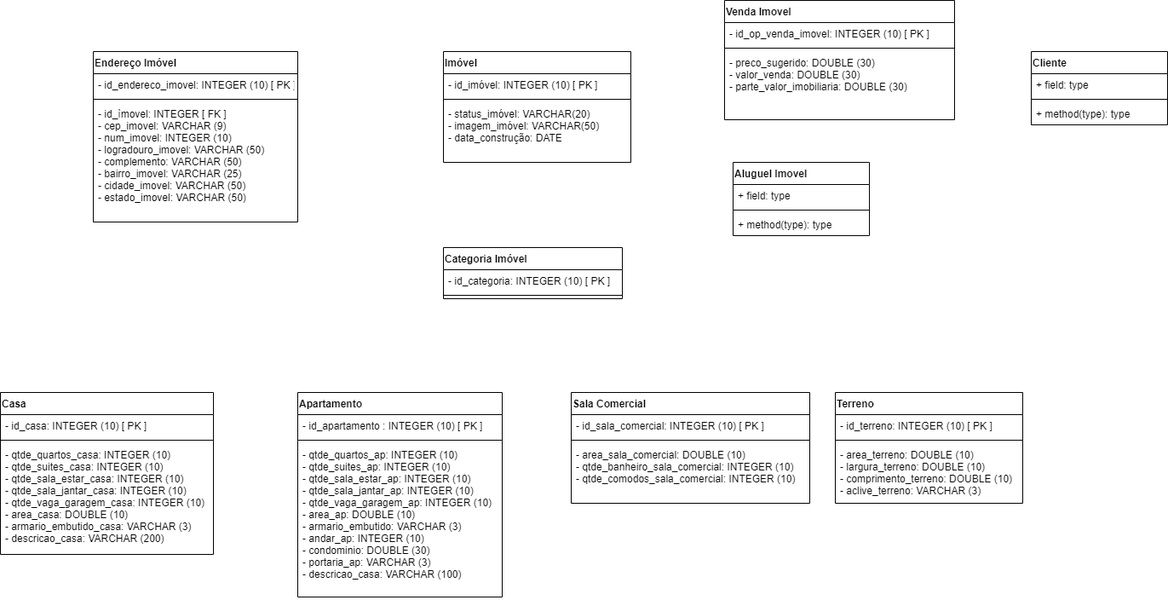
Earlier version of the draw.io export Imobiliaria.png (GMGuimaraes/Gestao_Imobiliaria). Source tidied: cells renumbered, new cells last; positions are measured from the earlier drawing's top-left corner, leaving out a move shared by most shapes.
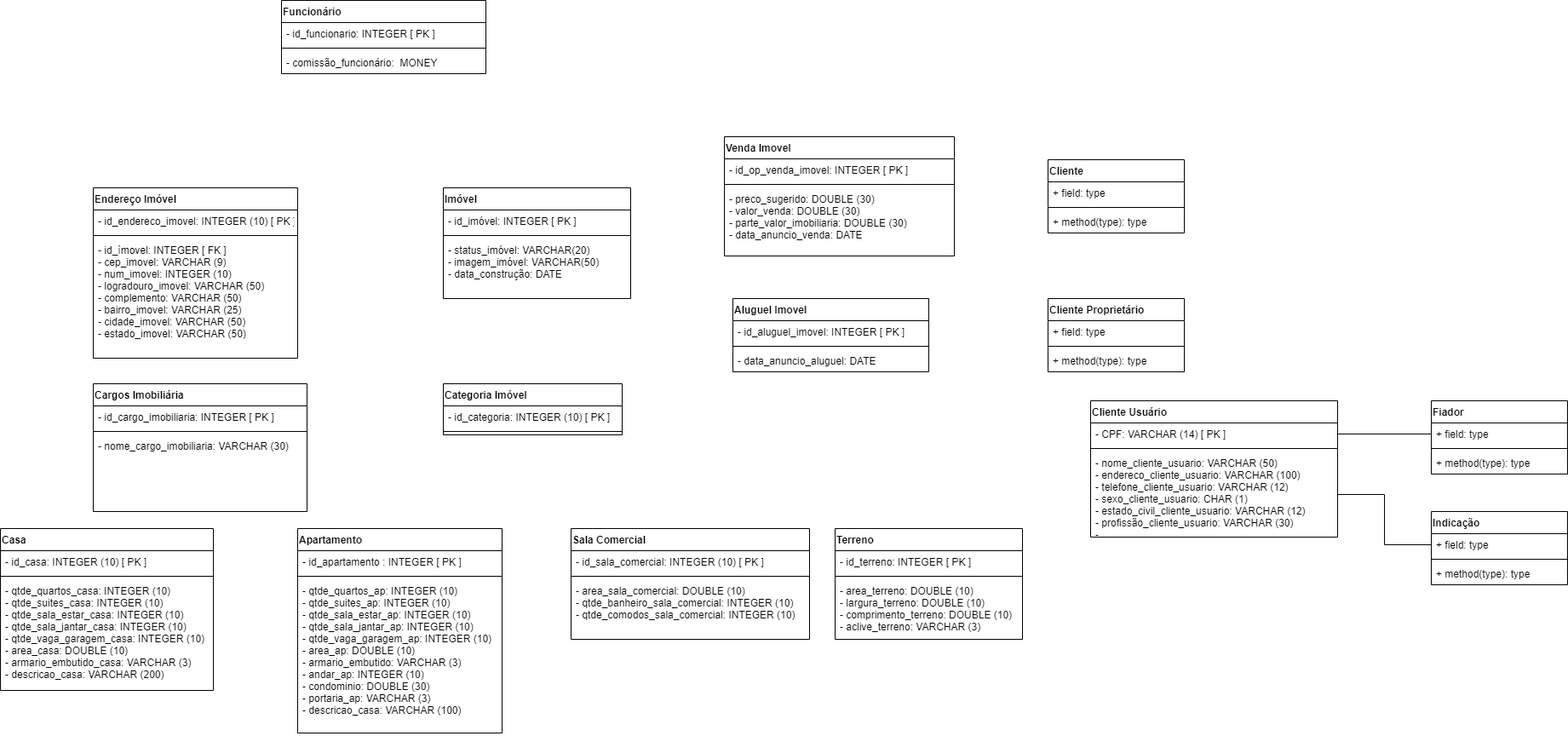
Later version of the same file.

Change to the diagram source:
```diff
@@ -5,7 +5,7 @@
     <mxCell id="2" value="Imóvel" style="swimlane;fontStyle=1;align=left;verticalAlign=top;horizontal=1;startSize=26;" parent="1" vertex="1">
       <mxGeometry x="520" y="60" width="220" height="130" as="geometry" />
     </mxCell>
-    <mxCell id="3" value="- id_imóvel: INTEGER (10) [ PK ]" style="text;strokeColor=none;fillColor=none;align=left;verticalAlign=top;spacingLeft=4;spacingRight=4;overflow=hidden;" parent="2" vertex="1">
+    <mxCell id="3" value="- id_imóvel: INTEGER [ PK ]" style="text;strokeColor=none;fillColor=none;align=left;verticalAlign=top;spacingLeft=4;spacingRight=4;overflow=hidden;" parent="2" vertex="1">
       <mxGeometry y="26" width="220" height="26" as="geometry" />
     </mxCell>
     <mxCell id="4" style="line;strokeWidth=1;fillColor=none;align=left;verticalAlign=middle;spacingTop=-1;spacingLeft=3;spacingRight=3;labelPosition=right;" parent="2" vertex="1">
@@ -38,7 +38,7 @@
     <mxCell id="13" value="Apartamento" style="swimlane;fontStyle=1;align=left;verticalAlign=top;horizontal=1;startSize=26;" parent="1" vertex="1">
       <mxGeometry x="349" y="460" width="240" height="240" as="geometry" />
     </mxCell>
-    <mxCell id="14" value="- id_apartamento : INTEGER (10) [ PK ]" style="text;strokeColor=none;fillColor=none;align=left;verticalAlign=top;spacingLeft=4;spacingRight=4;overflow=hidden;" parent="13" vertex="1">
+    <mxCell id="14" value="- id_apartamento : INTEGER [ PK ]" style="text;strokeColor=none;fillColor=none;align=left;verticalAlign=top;spacingLeft=4;spacingRight=4;overflow=hidden;" parent="13" vertex="1">
       <mxGeometry y="26" width="240" height="26" as="geometry" />
     </mxCell>
     <mxCell id="15" style="line;strokeWidth=1;fillColor=none;align=left;verticalAlign=middle;spacingTop=-1;spacingLeft=3;spacingRight=3;labelPosition=right;" parent="13" vertex="1">
@@ -62,7 +62,7 @@
     <mxCell id="21" value="Terreno" style="swimlane;fontStyle=1;align=left;verticalAlign=top;horizontal=1;startSize=26;" parent="1" vertex="1">
       <mxGeometry x="980" y="460" width="220" height="130" as="geometry" />
     </mxCell>
-    <mxCell id="22" value="- id_terreno: INTEGER (10) [ PK ]" style="text;strokeColor=none;fillColor=none;align=left;verticalAlign=top;spacingLeft=4;spacingRight=4;overflow=hidden;" parent="21" vertex="1">
+    <mxCell id="22" value="- id_terreno: INTEGER [ PK ]" style="text;strokeColor=none;fillColor=none;align=left;verticalAlign=top;spacingLeft=4;spacingRight=4;overflow=hidden;" parent="21" vertex="1">
       <mxGeometry y="26" width="220" height="26" as="geometry" />
     </mxCell>
     <mxCell id="23" style="line;strokeWidth=1;fillColor=none;align=left;verticalAlign=middle;spacingTop=-1;spacingLeft=3;spacingRight=3;labelPosition=right;" parent="21" vertex="1">
@@ -86,29 +86,29 @@
     <mxCell id="29" value="Venda Imovel" style="swimlane;fontStyle=1;align=left;verticalAlign=top;horizontal=1;startSize=26;" parent="1" vertex="1">
       <mxGeometry x="850" width="270" height="140" as="geometry" />
     </mxCell>
-    <mxCell id="30" value="- id_op_venda_imovel: INTEGER (10) [ PK ]" style="text;strokeColor=none;fillColor=none;align=left;verticalAlign=top;spacingLeft=4;spacingRight=4;overflow=hidden;" parent="29" vertex="1">
+    <mxCell id="30" value="- id_op_venda_imovel: INTEGER [ PK ]" style="text;strokeColor=none;fillColor=none;align=left;verticalAlign=top;spacingLeft=4;spacingRight=4;overflow=hidden;" parent="29" vertex="1">
       <mxGeometry y="26" width="270" height="26" as="geometry" />
     </mxCell>
     <mxCell id="31" style="line;strokeWidth=1;fillColor=none;align=left;verticalAlign=middle;spacingTop=-1;spacingLeft=3;spacingRight=3;labelPosition=right;" parent="29" vertex="1">
       <mxGeometry y="52" width="270" height="8" as="geometry" />
     </mxCell>
-    <mxCell id="32" value="- preco_sugerido: DOUBLE (30)&#10;- valor_venda: DOUBLE (30)&#10;- parte_valor_imobiliaria: DOUBLE (30)" style="text;strokeColor=none;fillColor=none;align=left;verticalAlign=top;spacingLeft=4;spacingRight=4;overflow=hidden;" parent="29" vertex="1">
+    <mxCell id="32" value="- preco_sugerido: DOUBLE (30)&#10;- valor_venda: DOUBLE (30)&#10;- parte_valor_imobiliaria: DOUBLE (30)&#10;- data_anuncio_venda: DATE" style="text;strokeColor=none;fillColor=none;align=left;verticalAlign=top;spacingLeft=4;spacingRight=4;overflow=hidden;" parent="29" vertex="1">
       <mxGeometry y="60" width="270" height="80" as="geometry" />
     </mxCell>
     <mxCell id="33" value="Aluguel Imovel" style="swimlane;fontStyle=1;align=left;verticalAlign=top;horizontal=1;startSize=26;" parent="1" vertex="1">
-      <mxGeometry x="860" y="190" width="160" height="86" as="geometry" />
+      <mxGeometry x="860" y="190" width="230" height="86" as="geometry" />
     </mxCell>
-    <mxCell id="34" value="+ field: type" style="text;strokeColor=none;fillColor=none;align=left;verticalAlign=top;spacingLeft=4;spacingRight=4;overflow=hidden;" parent="33" vertex="1">
-      <mxGeometry y="26" width="160" height="26" as="geometry" />
+    <mxCell id="34" value="- id_aluguel_imovel: INTEGER [ PK ]" style="text;strokeColor=none;fillColor=none;align=left;verticalAlign=top;spacingLeft=4;spacingRight=4;overflow=hidden;" parent="33" vertex="1">
+      <mxGeometry y="26" width="230" height="26" as="geometry" />
     </mxCell>
     <mxCell id="35" style="line;strokeWidth=1;fillColor=none;align=left;verticalAlign=middle;spacingTop=-1;spacingLeft=3;spacingRight=3;labelPosition=right;" parent="33" vertex="1">
-      <mxGeometry y="52" width="160" height="8" as="geometry" />
+      <mxGeometry y="52" width="230" height="8" as="geometry" />
     </mxCell>
-    <mxCell id="36" value="+ method(type): type" style="text;strokeColor=none;fillColor=none;align=left;verticalAlign=top;spacingLeft=4;spacingRight=4;overflow=hidden;" parent="33" vertex="1">
-      <mxGeometry y="60" width="160" height="26" as="geometry" />
+    <mxCell id="36" value="- data_anuncio_aluguel: DATE" style="text;strokeColor=none;fillColor=none;align=left;verticalAlign=top;spacingLeft=4;spacingRight=4;overflow=hidden;" parent="33" vertex="1">
+      <mxGeometry y="60" width="230" height="26" as="geometry" />
     </mxCell>
     <mxCell id="37" value="Cliente" style="swimlane;fontStyle=1;align=left;verticalAlign=top;horizontal=1;startSize=26;" parent="1" vertex="1">
-      <mxGeometry x="1210" y="60" width="160" height="86" as="geometry" />
+      <mxGeometry x="1230" y="27" width="160" height="86" as="geometry" />
     </mxCell>
     <mxCell id="38" value="+ field: type" style="text;strokeColor=none;fillColor=none;align=left;verticalAlign=top;spacingLeft=4;spacingRight=4;overflow=hidden;" parent="37" vertex="1">
       <mxGeometry y="26" width="160" height="26" as="geometry" />
@@ -119,5 +119,83 @@
     <mxCell id="40" value="+ method(type): type" style="text;strokeColor=none;fillColor=none;align=left;verticalAlign=top;spacingLeft=4;spacingRight=4;overflow=hidden;" parent="37" vertex="1">
       <mxGeometry y="60" width="160" height="26" as="geometry" />
     </mxCell>
+    <mxCell id="41" value="Cliente Proprietário" style="swimlane;fontStyle=1;align=left;verticalAlign=top;horizontal=1;startSize=26;" parent="1" vertex="1">
+      <mxGeometry x="1230" y="190" width="160" height="86" as="geometry" />
+    </mxCell>
+    <mxCell id="42" value="+ field: type" style="text;strokeColor=none;fillColor=none;align=left;verticalAlign=top;spacingLeft=4;spacingRight=4;overflow=hidden;" parent="41" vertex="1">
+      <mxGeometry y="26" width="160" height="26" as="geometry" />
+    </mxCell>
+    <mxCell id="43" style="line;strokeWidth=1;fillColor=none;align=left;verticalAlign=middle;spacingTop=-1;spacingLeft=3;spacingRight=3;labelPosition=right;" parent="41" vertex="1">
+      <mxGeometry y="52" width="160" height="8" as="geometry" />
+    </mxCell>
+    <mxCell id="44" value="+ method(type): type" style="text;strokeColor=none;fillColor=none;align=left;verticalAlign=top;spacingLeft=4;spacingRight=4;overflow=hidden;" parent="41" vertex="1">
+      <mxGeometry y="60" width="160" height="26" as="geometry" />
+    </mxCell>
+    <mxCell id="45" value="Cliente Usuário" style="swimlane;fontStyle=1;align=left;verticalAlign=top;horizontal=1;startSize=26;" parent="1" vertex="1">
+      <mxGeometry x="1280" y="310" width="290" height="160" as="geometry" />
+    </mxCell>
+    <mxCell id="46" value="- CPF: VARCHAR (14) [ PK ]" style="text;strokeColor=none;fillColor=none;align=left;verticalAlign=top;spacingLeft=4;spacingRight=4;overflow=hidden;points=[[0,0.5],[1,0.5]];portConstraint=eastwest;" parent="45" vertex="1">
+      <mxGeometry y="26" width="290" height="26" as="geometry" />
+    </mxCell>
+    <mxCell id="47" style="line;strokeWidth=1;fillColor=none;align=left;verticalAlign=middle;spacingTop=-1;spacingLeft=3;spacingRight=3;labelPosition=right;" parent="45" vertex="1">
+      <mxGeometry y="52" width="290" height="8" as="geometry" />
+    </mxCell>
+    <mxCell id="48" value="- nome_cliente_usuario: VARCHAR (50)&#10;- endereco_cliente_usuario: VARCHAR (100)&#10;- telefone_cliente_usuario: VARCHAR (12)&#10;- sexo_cliente_usuario: CHAR (1)&#10;- estado_civil_cliente_usuario: VARCHAR (12)&#10;- profissão_cliente_usuario: VARCHAR (30)&#10;- " style="text;strokeColor=none;fillColor=none;align=left;verticalAlign=top;spacingLeft=4;spacingRight=4;overflow=hidden;points=[[0,0.5],[1,0.5]];portConstraint=eastwest;" parent="45" vertex="1">
+      <mxGeometry y="60" width="290" height="100" as="geometry" />
+    </mxCell>
+    <mxCell id="49" value="Fiador" style="swimlane;fontStyle=1;align=left;verticalAlign=top;horizontal=1;startSize=26;" parent="1" vertex="1">
+      <mxGeometry x="1680" y="310" width="160" height="86" as="geometry" />
+    </mxCell>
+    <mxCell id="50" value="+ field: type" style="text;strokeColor=none;fillColor=none;align=left;verticalAlign=top;spacingLeft=4;spacingRight=4;overflow=hidden;points=[[0,0.5],[1,0.5]];portConstraint=eastwest;" parent="49" vertex="1">
+      <mxGeometry y="26" width="160" height="26" as="geometry" />
+    </mxCell>
+    <mxCell id="51" style="line;strokeWidth=1;fillColor=none;align=left;verticalAlign=middle;spacingTop=-1;spacingLeft=3;spacingRight=3;labelPosition=right;" parent="49" vertex="1">
+      <mxGeometry y="52" width="160" height="8" as="geometry" />
+    </mxCell>
+    <mxCell id="52" value="+ method(type): type" style="text;strokeColor=none;fillColor=none;align=left;verticalAlign=top;spacingLeft=4;spacingRight=4;overflow=hidden;" parent="49" vertex="1">
+      <mxGeometry y="60" width="160" height="26" as="geometry" />
+    </mxCell>
+    <mxCell id="53" value="Indicação" style="swimlane;fontStyle=1;align=left;verticalAlign=top;horizontal=1;startSize=26;" parent="1" vertex="1">
+      <mxGeometry x="1680" y="440" width="160" height="86" as="geometry" />
+    </mxCell>
+    <mxCell id="54" value="+ field: type" style="text;strokeColor=none;fillColor=none;align=left;verticalAlign=top;spacingLeft=4;spacingRight=4;overflow=hidden;points=[[0,0.5],[1,0.5]];portConstraint=eastwest;" parent="53" vertex="1">
+      <mxGeometry y="26" width="160" height="26" as="geometry" />
+    </mxCell>
+    <mxCell id="55" style="line;strokeWidth=1;fillColor=none;align=left;verticalAlign=middle;spacingTop=-1;spacingLeft=3;spacingRight=3;labelPosition=right;" parent="53" vertex="1">
+      <mxGeometry y="52" width="160" height="8" as="geometry" />
+    </mxCell>
+    <mxCell id="56" value="+ method(type): type" style="text;strokeColor=none;fillColor=none;align=left;verticalAlign=top;spacingLeft=4;spacingRight=4;overflow=hidden;" parent="53" vertex="1">
+      <mxGeometry y="60" width="160" height="26" as="geometry" />
+    </mxCell>
+    <mxCell id="57" style="edgeStyle=orthogonalEdgeStyle;rounded=0;jettySize=auto;html=1;exitX=1;exitY=0.5;exitDx=0;exitDy=0;entryX=0;entryY=0.5;entryDx=0;entryDy=0;endArrow=none;endFill=0;" parent="1" edge="1" source="46" target="50">
+      <mxGeometry relative="1" as="geometry" />
+    </mxCell>
+    <mxCell id="58" style="edgeStyle=orthogonalEdgeStyle;rounded=0;jettySize=auto;html=1;entryX=0;entryY=0.5;entryDx=0;entryDy=0;endArrow=none;endFill=0;" parent="1" edge="1" source="48" target="54">
+      <mxGeometry relative="1" as="geometry" />
+    </mxCell>
+    <mxCell id="59" value="Funcionário" style="swimlane;fontStyle=1;align=left;verticalAlign=top;horizontal=1;startSize=26;" parent="1" vertex="1">
+      <mxGeometry x="330" y="-160" width="240" height="86" as="geometry" />
+    </mxCell>
+    <mxCell id="60" value="- id_funcionario: INTEGER [ PK ] " style="text;strokeColor=none;fillColor=none;align=left;verticalAlign=top;spacingLeft=4;spacingRight=4;overflow=hidden;" parent="59" vertex="1">
+      <mxGeometry y="26" width="240" height="26" as="geometry" />
+    </mxCell>
+    <mxCell id="61" style="line;strokeWidth=1;fillColor=none;align=left;verticalAlign=middle;spacingTop=-1;spacingLeft=3;spacingRight=3;labelPosition=right;" parent="59" vertex="1">
+      <mxGeometry y="52" width="240" height="8" as="geometry" />
+    </mxCell>
+    <mxCell id="62" value="- comissão_funcionário:  MONEY" style="text;strokeColor=none;fillColor=none;align=left;verticalAlign=top;spacingLeft=4;spacingRight=4;overflow=hidden;" parent="59" vertex="1">
+      <mxGeometry y="60" width="240" height="26" as="geometry" />
+    </mxCell>
+    <mxCell id="63" value="Cargos Imobiliária" style="swimlane;fontStyle=1;align=left;verticalAlign=top;horizontal=1;startSize=26;" parent="1" vertex="1">
+      <mxGeometry x="109" y="290" width="251" height="150" as="geometry" />
+    </mxCell>
+    <mxCell id="64" value="- id_cargo_imobiliaria: INTEGER [ PK ]" style="text;strokeColor=none;fillColor=none;align=left;verticalAlign=top;spacingLeft=4;spacingRight=4;overflow=hidden;" parent="63" vertex="1">
+      <mxGeometry y="26" width="251" height="26" as="geometry" />
+    </mxCell>
+    <mxCell id="65" style="line;strokeWidth=1;fillColor=none;align=left;verticalAlign=middle;spacingTop=-1;spacingLeft=3;spacingRight=3;labelPosition=right;" parent="63" vertex="1">
+      <mxGeometry y="52" width="251" height="8" as="geometry" />
+    </mxCell>
+    <mxCell id="66" value="- nome_cargo_imobiliaria: VARCHAR (30) " style="text;strokeColor=none;fillColor=none;align=left;verticalAlign=top;spacingLeft=4;spacingRight=4;overflow=hidden;" parent="63" vertex="1">
+      <mxGeometry y="60" width="251" height="90" as="geometry" />
+    </mxCell>
   </root>
 </mxGraphModel>
```
